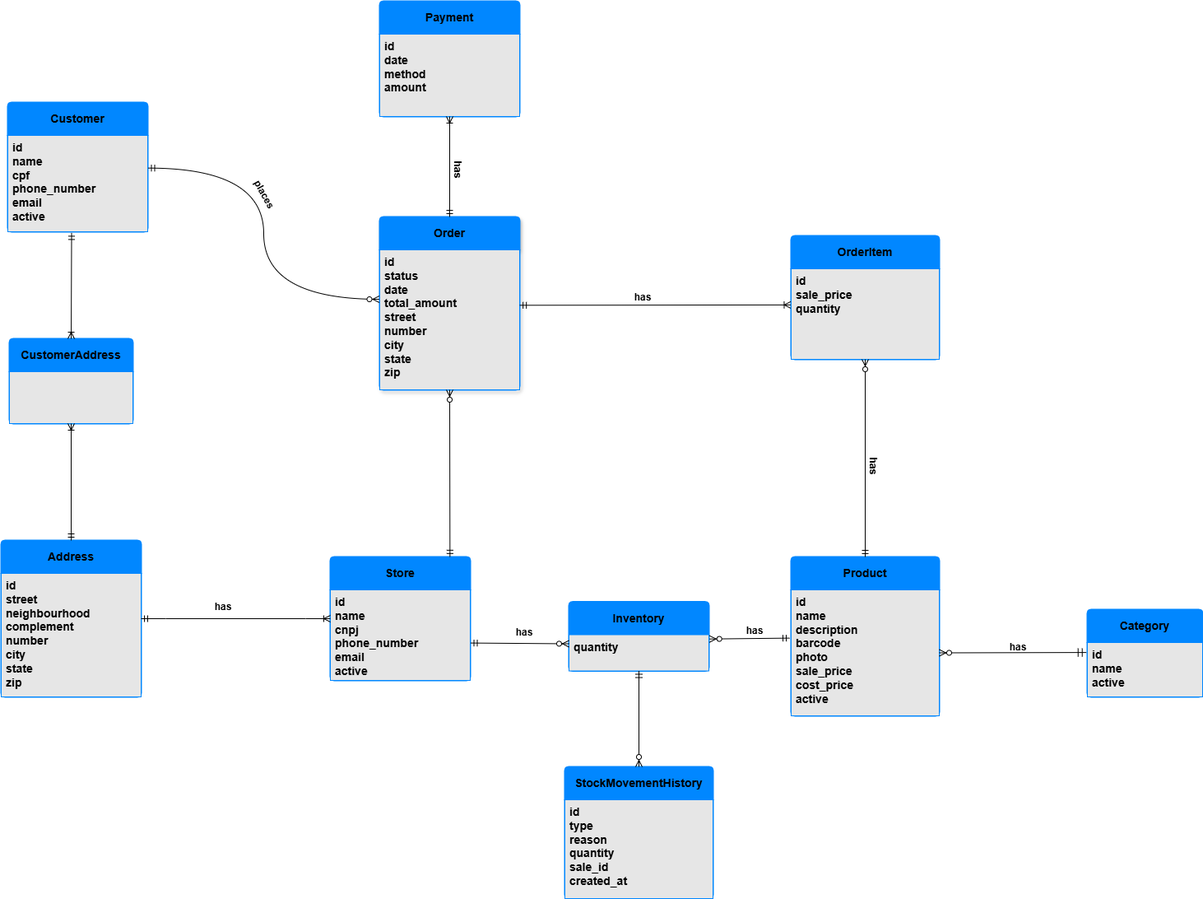
The draw.io diagram database/ER Diagram/logical_data_model/logical_data_model_image.drawio.png in lucasferreira09/Store_Management_System, before a commit. Source tidied: cells renumbered, new cells last; positions are measured from the earlier drawing's top-left corner, leaving out a move shared by most shapes.
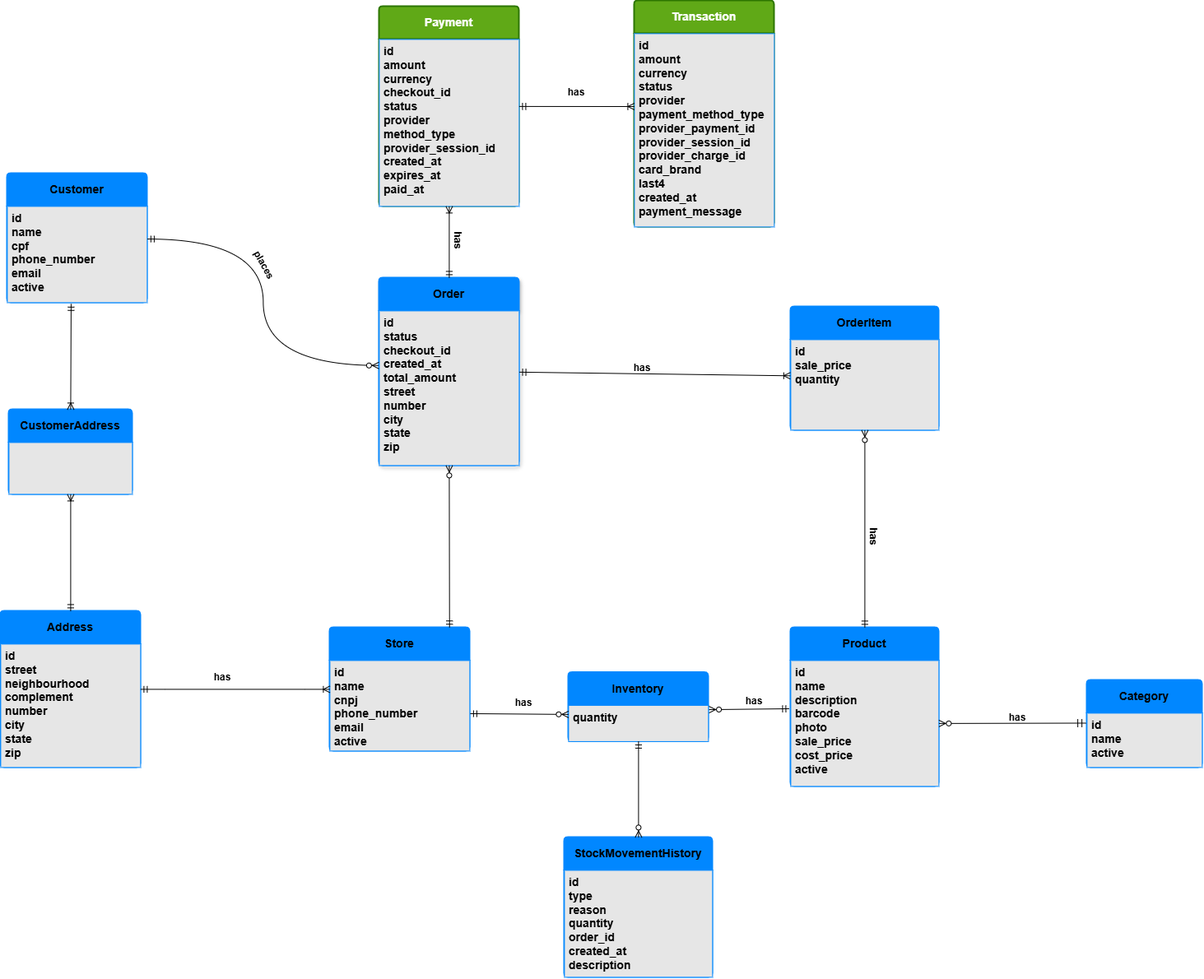
The same file after the commit.

What changed in the source:
```diff
@@ -20,17 +20,17 @@
     <mxCell id="7" value="id&lt;br&gt;name&lt;div&gt;cpf&lt;/div&gt;&lt;div&gt;phone_number&lt;/div&gt;&lt;div&gt;email&lt;/div&gt;&lt;div&gt;active&lt;/div&gt;" style="align=left;spacingLeft=4;spacingRight=4;fontSize=14;verticalAlign=top;html=1;whiteSpace=wrap;fontStyle=1;fillColor=#E6E6E6;strokeColor=#0187FF;" parent="6" vertex="1">
       <mxGeometry y="40" width="170" height="117" as="geometry" />
     </mxCell>
-    <mxCell id="8" value="Payment" style="swimlane;horizontal=1;startSize=40;rounded=1;fontSize=14;fontStyle=1;strokeWidth=2;shadow=0;dashed=0;align=center;arcSize=4;whiteSpace=wrap;html=1;fillStyle=auto;fontFamily=Helvetica;fillColor=#0187FF;strokeColor=#0187FF;" parent="1" vertex="1">
-      <mxGeometry x="460" width="170" height="140" as="geometry" />
+    <mxCell id="8" value="Payment" style="swimlane;horizontal=1;startSize=40;rounded=1;fontSize=14;fontStyle=1;strokeWidth=2;shadow=0;dashed=0;align=center;arcSize=4;whiteSpace=wrap;html=1;fillStyle=auto;fontFamily=Helvetica;fillColor=#60a917;strokeColor=#2D7600;fontColor=#ffffff;" parent="1" vertex="1">
+      <mxGeometry x="460" y="-80" width="170" height="243" as="geometry" />
     </mxCell>
-    <mxCell id="9" value="id&lt;br&gt;date&lt;div&gt;method&lt;/div&gt;&lt;div&gt;amount&lt;/div&gt;" style="align=left;spacingLeft=4;spacingRight=4;fontSize=14;verticalAlign=top;html=1;whiteSpace=wrap;fontStyle=1;fillColor=#E6E6E6;strokeColor=#0187FF;" parent="8" vertex="1">
-      <mxGeometry y="40" width="170" height="100" as="geometry" />
+    <mxCell id="9" value="id&lt;br&gt;&lt;div&gt;&lt;span style=&quot;background-color: transparent; color: light-dark(rgb(0, 0, 0), rgb(255, 255, 255));&quot;&gt;amount&lt;/span&gt;&lt;/div&gt;&lt;div&gt;&lt;span style=&quot;background-color: transparent; color: light-dark(rgb(0, 0, 0), rgb(255, 255, 255));&quot;&gt;currency&lt;/span&gt;&lt;/div&gt;&lt;div&gt;&lt;span style=&quot;background-color: transparent; color: light-dark(rgb(0, 0, 0), rgb(255, 255, 255));&quot;&gt;checkout_id&lt;/span&gt;&lt;/div&gt;&lt;div&gt;&lt;span style=&quot;background-color: transparent; color: light-dark(rgb(0, 0, 0), rgb(255, 255, 255));&quot;&gt;status&lt;/span&gt;&lt;/div&gt;&lt;div&gt;&lt;span style=&quot;background-color: transparent; color: light-dark(rgb(0, 0, 0), rgb(255, 255, 255));&quot;&gt;provider&lt;/span&gt;&lt;/div&gt;&lt;div&gt;&lt;span style=&quot;background-color: transparent; color: light-dark(rgb(0, 0, 0), rgb(255, 255, 255));&quot;&gt;method_type&lt;/span&gt;&lt;/div&gt;&lt;div&gt;&lt;span style=&quot;background-color: transparent; color: light-dark(rgb(0, 0, 0), rgb(255, 255, 255));&quot;&gt;provider_session_id&lt;/span&gt;&lt;/div&gt;&lt;div&gt;&lt;span style=&quot;background-color: transparent; color: light-dark(rgb(0, 0, 0), rgb(255, 255, 255));&quot;&gt;created_at&lt;/span&gt;&lt;/div&gt;&lt;div&gt;&lt;span style=&quot;background-color: transparent; color: light-dark(rgb(0, 0, 0), rgb(255, 255, 255));&quot;&gt;expires_at&lt;/span&gt;&lt;/div&gt;&lt;div&gt;&lt;span style=&quot;background-color: transparent; color: light-dark(rgb(0, 0, 0), rgb(255, 255, 255));&quot;&gt;paid_at&lt;/span&gt;&lt;/div&gt;" style="align=left;spacingLeft=4;spacingRight=4;fontSize=14;verticalAlign=top;html=1;whiteSpace=wrap;fontStyle=1;fillColor=#E6E6E6;strokeColor=#0187FF;" parent="8" vertex="1">
+      <mxGeometry y="40" width="170" height="203" as="geometry" />
     </mxCell>
     <mxCell id="10" value="Order" style="swimlane;horizontal=1;startSize=40;rounded=1;fontSize=14;fontStyle=1;strokeWidth=2;shadow=1;dashed=0;align=center;arcSize=4;whiteSpace=wrap;html=1;fillStyle=auto;fontFamily=Helvetica;fillColor=#0187FF;strokeColor=#0187FF;" parent="1" vertex="1">
-      <mxGeometry x="460" y="262" width="170" height="210" as="geometry" />
+      <mxGeometry x="460" y="250" width="170" height="228" as="geometry" />
     </mxCell>
-    <mxCell id="11" value="id&lt;br&gt;status&lt;div&gt;date&lt;/div&gt;&lt;div&gt;total_amount&lt;/div&gt;&lt;div&gt;street&lt;/div&gt;&lt;div&gt;number&lt;/div&gt;&lt;div&gt;city&lt;/div&gt;&lt;div&gt;state&lt;/div&gt;&lt;div&gt;zip&lt;/div&gt;" style="align=left;spacingLeft=4;spacingRight=4;fontSize=14;verticalAlign=top;html=1;whiteSpace=wrap;fontStyle=1;fillColor=#E6E6E6;strokeColor=#0187FF;" parent="10" vertex="1">
-      <mxGeometry y="40" width="170" height="170" as="geometry" />
+    <mxCell id="11" value="id&lt;br&gt;status&lt;div&gt;checkout_id&lt;/div&gt;&lt;div&gt;created_at&lt;/div&gt;&lt;div&gt;total_amount&lt;/div&gt;&lt;div&gt;street&lt;/div&gt;&lt;div&gt;number&lt;/div&gt;&lt;div&gt;city&lt;/div&gt;&lt;div&gt;state&lt;/div&gt;&lt;div&gt;zip&lt;/div&gt;" style="align=left;spacingLeft=4;spacingRight=4;fontSize=14;verticalAlign=top;html=1;whiteSpace=wrap;fontStyle=1;fillColor=#E6E6E6;strokeColor=#0187FF;" parent="10" vertex="1">
+      <mxGeometry y="40" width="170" height="188" as="geometry" />
     </mxCell>
     <mxCell id="12" value="OrderItem" style="swimlane;horizontal=1;startSize=40;rounded=1;fontSize=14;fontStyle=1;strokeWidth=2;shadow=0;dashed=0;align=center;arcSize=4;whiteSpace=wrap;html=1;fillStyle=auto;fontFamily=Helvetica;fillColor=#0187FF;strokeColor=#0187FF;" parent="1" vertex="1">
       <mxGeometry x="960" y="285" width="180" height="150" as="geometry" />
@@ -123,13 +123,25 @@
       <mxGeometry x="240" y="721" width="60" height="30" as="geometry" />
     </mxCell>
     <mxCell id="42" value="StockMovementHistory" style="swimlane;horizontal=1;startSize=40;rounded=1;fontSize=14;fontStyle=1;strokeWidth=2;shadow=0;dashed=0;align=center;arcSize=4;whiteSpace=wrap;html=1;fillStyle=auto;fontFamily=Helvetica;fillColor=#0187FF;strokeColor=#0187FF;" parent="1" vertex="1">
-      <mxGeometry x="685" y="930" width="180" height="160" as="geometry" />
+      <mxGeometry x="685" y="930" width="180" height="170" as="geometry" />
     </mxCell>
-    <mxCell id="43" value="&lt;div&gt;id&lt;/div&gt;&lt;div&gt;type&lt;/div&gt;&lt;div&gt;reason&lt;/div&gt;&lt;div&gt;quantity&lt;/div&gt;&lt;div&gt;sale_id&lt;/div&gt;&lt;div&gt;created_at&lt;/div&gt;" style="align=left;spacingLeft=4;spacingRight=4;fontSize=14;verticalAlign=top;html=1;whiteSpace=wrap;fontStyle=1;fillColor=#E6E6E6;strokeColor=#0187FF;" parent="42" vertex="1">
-      <mxGeometry y="40" width="180" height="120" as="geometry" />
+    <mxCell id="43" value="&lt;div&gt;id&lt;/div&gt;&lt;div&gt;type&lt;/div&gt;&lt;div&gt;reason&lt;/div&gt;&lt;div&gt;quantity&lt;/div&gt;&lt;div&gt;order_id&lt;/div&gt;&lt;div&gt;created_at&lt;/div&gt;&lt;div&gt;description&lt;/div&gt;" style="align=left;spacingLeft=4;spacingRight=4;fontSize=14;verticalAlign=top;html=1;whiteSpace=wrap;fontStyle=1;fillColor=#E6E6E6;strokeColor=#0187FF;" parent="42" vertex="1">
+      <mxGeometry y="40" width="180" height="130" as="geometry" />
     </mxCell>
     <mxCell id="44" style="fontSize=12;html=1;endArrow=ERzeroToMany;startArrow=ERmandOne;rounded=0;entryX=0.5;entryY=0;entryDx=0;entryDy=0;exitX=0.5;exitY=1;exitDx=0;exitDy=0;" parent="1" edge="1" source="16" target="42">
       <mxGeometry relative="1" as="geometry" />
     </mxCell>
+    <mxCell id="45" value="Transaction" style="swimlane;horizontal=1;startSize=40;rounded=1;fontSize=14;fontStyle=1;strokeWidth=2;shadow=0;dashed=0;align=center;arcSize=4;whiteSpace=wrap;html=1;fillStyle=auto;fontFamily=Helvetica;fillColor=#60a917;strokeColor=#2D7600;fontColor=#ffffff;" parent="1" vertex="1">
+      <mxGeometry x="770" y="-87" width="170" height="275" as="geometry" />
+    </mxCell>
+    <mxCell id="46" value="id&lt;br&gt;&lt;div&gt;&lt;span style=&quot;background-color: transparent; color: light-dark(rgb(0, 0, 0), rgb(255, 255, 255));&quot;&gt;amount&lt;/span&gt;&lt;/div&gt;&lt;div&gt;&lt;span style=&quot;background-color: transparent; color: light-dark(rgb(0, 0, 0), rgb(255, 255, 255));&quot;&gt;currency&lt;/span&gt;&lt;/div&gt;&lt;div&gt;status&lt;span style=&quot;background-color: transparent; color: light-dark(rgb(0, 0, 0), rgb(255, 255, 255));&quot;&gt;&lt;/span&gt;&lt;/div&gt;&lt;div&gt;provider&lt;/div&gt;&lt;div&gt;&lt;span style=&quot;background-color: transparent; color: light-dark(rgb(0, 0, 0), rgb(255, 255, 255));&quot;&gt;payment_method_type&lt;/span&gt;&lt;/div&gt;&lt;div&gt;&lt;span style=&quot;background-color: transparent; color: light-dark(rgb(0, 0, 0), rgb(255, 255, 255));&quot;&gt;provider_payment_id&lt;/span&gt;&lt;/div&gt;&lt;div&gt;&lt;span style=&quot;background-color: transparent; color: light-dark(rgb(0, 0, 0), rgb(255, 255, 255));&quot;&gt;provider_session_id&lt;/span&gt;&lt;/div&gt;&lt;div&gt;&lt;span style=&quot;background-color: transparent; color: light-dark(rgb(0, 0, 0), rgb(255, 255, 255));&quot;&gt;provider_charge_id&lt;/span&gt;&lt;/div&gt;&lt;div&gt;&lt;span style=&quot;background-color: transparent; color: light-dark(rgb(0, 0, 0), rgb(255, 255, 255));&quot;&gt;card_brand&lt;/span&gt;&lt;/div&gt;&lt;div&gt;&lt;span style=&quot;background-color: transparent; color: light-dark(rgb(0, 0, 0), rgb(255, 255, 255));&quot;&gt;last4&lt;/span&gt;&lt;/div&gt;&lt;div&gt;&lt;span style=&quot;background-color: transparent; color: light-dark(rgb(0, 0, 0), rgb(255, 255, 255));&quot;&gt;created_at&lt;/span&gt;&lt;/div&gt;&lt;div&gt;payment_message&lt;/div&gt;" style="align=left;spacingLeft=4;spacingRight=4;fontSize=14;verticalAlign=top;html=1;whiteSpace=wrap;fontStyle=1;fillColor=#E6E6E6;strokeColor=#0187FF;" parent="45" vertex="1">
+      <mxGeometry y="40" width="170" height="235" as="geometry" />
+    </mxCell>
+    <mxCell id="47" style="fontSize=12;html=1;endArrow=ERoneToMany;startArrow=ERmandOne;rounded=0;entryX=0;entryY=0.377;entryDx=0;entryDy=0;exitX=1;exitY=0.5;exitDx=0;exitDy=0;entryPerimeter=0;" parent="1" edge="1" source="8" target="46">
+      <mxGeometry relative="1" as="geometry" />
+    </mxCell>
+    <mxCell id="48" value="&lt;b&gt;has&lt;/b&gt;" style="text;html=1;whiteSpace=wrap;strokeColor=none;fillColor=none;align=center;verticalAlign=middle;rounded=0;rotation=0;shadow=1;" parent="1" vertex="1">
+      <mxGeometry x="670" y="10" width="60" height="30" as="geometry" />
+    </mxCell>
   </root>
 </mxGraphModel>
```
